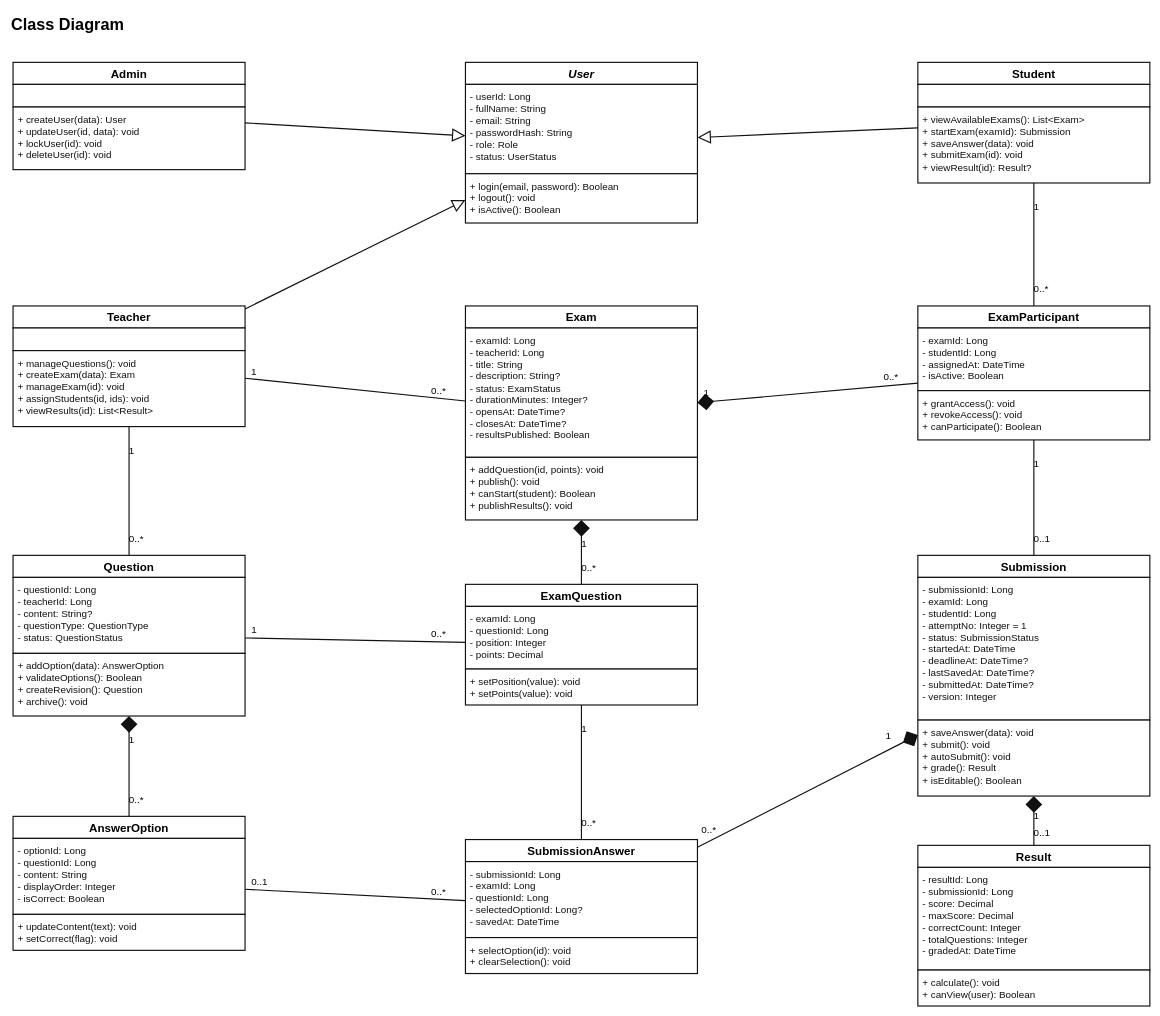
This is docs/ClassDiagram-Reviewed.drawio from lehaidang061107-maker/quiz-examination-system, a draw.io file, before an edit. Source tidied: cells renumbered, new cells numbered last; positions are measured from the earlier drawing's top-left corner, leaving out a move shared by most shapes. Both pictures are drawn from the tidied source at 58%, with x=0, y=0 at pixel (10, 10).
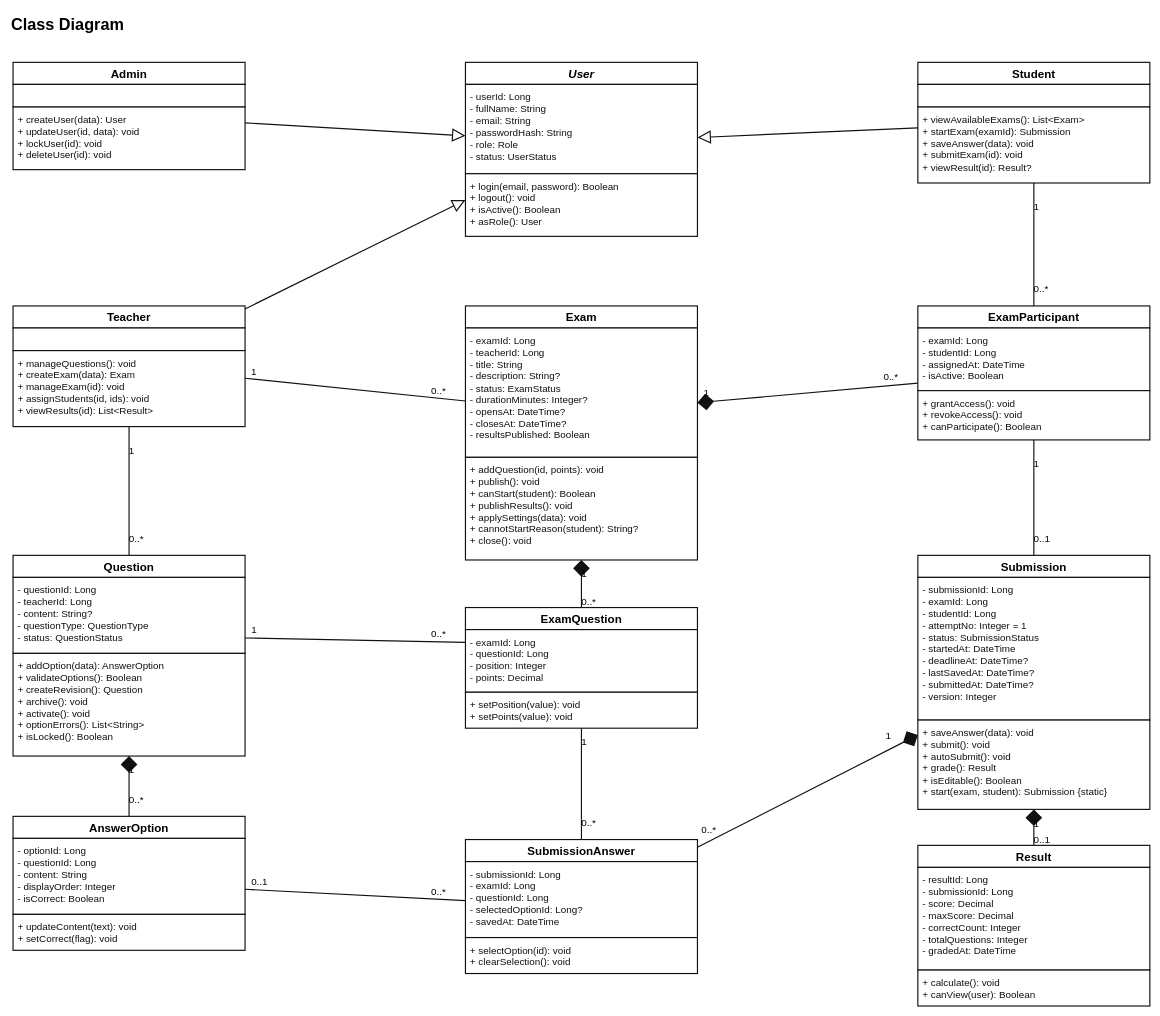
After the change.

Unchanged cells that the change refers to:
```xml
<mxCell id="3" style="group;" parent="1" vertex="1">
  <mxGeometry x="5" y="90" width="400" height="185" as="geometry" />
</mxCell>
<mxCell id="11" style="group;" parent="1" vertex="1">
  <mxGeometry x="1565" y="90" width="400" height="208" as="geometry" />
</mxCell>
<mxCell id="15" style="group;" parent="1" vertex="1">
  <mxGeometry x="5" y="510" width="400" height="208" as="geometry" />
</mxCell>
<mxCell id="23" style="group;" parent="1" vertex="1">
  <mxGeometry x="1565" y="510" width="400" height="231" as="geometry" />
</mxCell>
<mxCell id="43" style="group;" parent="1" vertex="1">
  <mxGeometry x="785" y="1430" width="400" height="231" as="geometry" />
</mxCell>
```

Diff of the diagram source:
```diff
@@
     <mxCell id="7" style="group;" parent="1" vertex="1">
-      <mxGeometry x="785" y="90" width="400" height="277" as="geometry" />
+      <mxGeometry x="785" y="90" width="400" height="300" as="geometry" />
     </mxCell>
@@
-    <mxCell id="10" value="+ login(email, password): Boolean&#10;+ logout(): void&#10;+ isActive(): Boolean" style="rounded=0;whiteSpace=wrap;html=0;fillColor=#ffffff;strokeColor=#111111;strokeWidth=2;fontFamily=Arial;fontColor=#111111;fontSize=17;align=left;verticalAlign=top;spacing=8;" parent="7" vertex="1">
-      <mxGeometry y="192" width="400" height="85" as="geometry" />
+    <mxCell id="10" value="+ login(email, password): Boolean&#10;+ logout(): void&#10;+ isActive(): Boolean&#10;+ asRole(): User" style="rounded=0;whiteSpace=wrap;html=0;fillColor=#ffffff;strokeColor=#111111;strokeWidth=2;fontFamily=Arial;fontColor=#111111;fontSize=17;align=left;verticalAlign=top;spacing=8;" parent="7" vertex="1">
+      <mxGeometry y="192" width="400" height="108" as="geometry" />
     </mxCell>
@@
     <mxCell id="19" style="group;" parent="1" vertex="1">
-      <mxGeometry x="785" y="510" width="400" height="369" as="geometry" />
+      <mxGeometry x="785" y="510" width="400" height="438" as="geometry" />
     </mxCell>
@@
-    <mxCell id="22" value="+ addQuestion(id, points): void&#10;+ publish(): void&#10;+ canStart(student): Boolean&#10;+ publishResults(): void" style="rounded=0;whiteSpace=wrap;html=0;fillColor=#ffffff;strokeColor=#111111;strokeWidth=2;fontFamily=Arial;fontColor=#111111;fontSize=17;align=left;verticalAlign=top;spacing=8;" parent="19" vertex="1">
-      <mxGeometry y="261" width="400" height="108" as="geometry" />
+    <mxCell id="22" value="+ addQuestion(id, points): void&#10;+ publish(): void&#10;+ canStart(student): Boolean&#10;+ publishResults(): void&#10;+ applySettings(data): void&#10;+ cannotStartReason(student): String?&#10;+ close(): void" style="rounded=0;whiteSpace=wrap;html=0;fillColor=#ffffff;strokeColor=#111111;strokeWidth=2;fontFamily=Arial;fontColor=#111111;fontSize=17;align=left;verticalAlign=top;spacing=8;" parent="19" vertex="1">
+      <mxGeometry y="261" width="400" height="177" as="geometry" />
     </mxCell>
@@
     <mxCell id="27" style="group;" parent="1" vertex="1">
-      <mxGeometry x="5" y="940" width="400" height="277" as="geometry" />
+      <mxGeometry x="5" y="940" width="400" height="346" as="geometry" />
     </mxCell>
@@
-    <mxCell id="30" value="+ addOption(data): AnswerOption&#10;+ validateOptions(): Boolean&#10;+ createRevision(): Question&#10;+ archive(): void" style="rounded=0;whiteSpace=wrap;html=0;fillColor=#ffffff;strokeColor=#111111;strokeWidth=2;fontFamily=Arial;fontColor=#111111;fontSize=17;align=left;verticalAlign=top;spacing=8;" parent="27" vertex="1">
-      <mxGeometry y="169" width="400" height="108" as="geometry" />
+    <mxCell id="30" value="+ addOption(data): AnswerOption&#10;+ validateOptions(): Boolean&#10;+ createRevision(): Question&#10;+ archive(): void&#10;+ activate(): void&#10;+ optionErrors(): List&lt;String&gt;&#10;+ isLocked(): Boolean" style="rounded=0;whiteSpace=wrap;html=0;fillColor=#ffffff;strokeColor=#111111;strokeWidth=2;fontFamily=Arial;fontColor=#111111;fontSize=17;align=left;verticalAlign=top;spacing=8;" parent="27" vertex="1">
+      <mxGeometry y="169" width="400" height="177" as="geometry" />
     </mxCell>
     <mxCell id="31" style="group;" parent="1" vertex="1">
-      <mxGeometry x="785" y="990" width="400" height="208" as="geometry" />
+      <mxGeometry x="785" y="1030" width="400" height="208" as="geometry" />
     </mxCell>
@@
     <mxCell id="35" style="group;" parent="1" vertex="1">
-      <mxGeometry x="1565" y="940" width="400" height="415" as="geometry" />
+      <mxGeometry x="1565" y="940" width="400" height="438" as="geometry" />
     </mxCell>
@@
-    <mxCell id="38" value="+ saveAnswer(data): void&#10;+ submit(): void&#10;+ autoSubmit(): void&#10;+ grade(): Result&#10;+ isEditable(): Boolean" style="rounded=0;whiteSpace=wrap;html=0;fillColor=#ffffff;strokeColor=#111111;strokeWidth=2;fontFamily=Arial;fontColor=#111111;fontSize=17;align=left;verticalAlign=top;spacing=8;" parent="35" vertex="1">
-      <mxGeometry y="284" width="400" height="131" as="geometry" />
+    <mxCell id="38" value="+ saveAnswer(data): void&#10;+ submit(): void&#10;+ autoSubmit(): void&#10;+ grade(): Result&#10;+ isEditable(): Boolean&#10;+ start(exam, student): Submission {static}" style="rounded=0;whiteSpace=wrap;html=0;fillColor=#ffffff;strokeColor=#111111;strokeWidth=2;fontFamily=Arial;fontColor=#111111;fontSize=17;align=left;verticalAlign=top;spacing=8;" parent="35" vertex="1">
+      <mxGeometry y="284" width="400" height="154" as="geometry" />
     </mxCell>
@@
-    <mxCell id="51" style="noEdgeStyle=1;edgeStyle=none;orthogonal=0;rounded=0;curved=0;jumpStyle=none;strokeColor=#111111;strokeWidth=2;startArrow=none;endArrow=none;exitX=1.0;exitY=0.5637560637560638;exitPerimeter=0;entryX=0.0;entryY=0.45741923539757473;entryPerimeter=0;endArrow=block;endFill=0;endSize=18;" parent="1" edge="1" source="3" target="7">
+    <mxCell id="51" style="noEdgeStyle=1;edgeStyle=none;orthogonal=0;rounded=0;curved=0;jumpStyle=none;strokeColor=#111111;strokeWidth=2;startArrow=none;endArrow=none;exitX=1.0;exitY=0.5637560637560638;exitPerimeter=0;entryX=0.0;entryY=0.422350;entryPerimeter=0;endArrow=block;endFill=0;endSize=18;" parent="1" edge="1" source="3" target="7">
       <mxGeometry relative="1" as="geometry" />
     </mxCell>
-    <mxCell id="52" style="noEdgeStyle=1;edgeStyle=none;orthogonal=0;rounded=0;curved=0;jumpStyle=none;strokeColor=#111111;strokeWidth=2;startArrow=none;endArrow=none;exitX=1.0;exitY=0.024778106508875908;exitPerimeter=0;entryX=0.0;entryY=0.8568453207442376;entryPerimeter=0;endArrow=block;endFill=0;endSize=18;" parent="1" edge="1" source="15" target="7">
+    <mxCell id="52" style="noEdgeStyle=1;edgeStyle=none;orthogonal=0;rounded=0;curved=0;jumpStyle=none;strokeColor=#111111;strokeWidth=2;startArrow=none;endArrow=none;exitX=1.0;exitY=0.024778106508875908;exitPerimeter=0;entryX=0.0;entryY=0.791154;entryPerimeter=0;endArrow=block;endFill=0;endSize=18;" parent="1" edge="1" source="15" target="7">
       <mxGeometry relative="1" as="geometry" />
     </mxCell>
-    <mxCell id="53" style="noEdgeStyle=1;edgeStyle=none;orthogonal=0;rounded=0;curved=0;jumpStyle=none;strokeColor=#111111;strokeWidth=2;startArrow=none;endArrow=none;exitX=0.0;exitY=0.5425295857988165;exitPerimeter=0;entryX=1.0;entryY=0.4680644265481811;entryPerimeter=0;endArrow=block;endFill=0;endSize=18;" parent="1" edge="1" source="11" target="7">
+    <mxCell id="53" style="noEdgeStyle=1;edgeStyle=none;orthogonal=0;rounded=0;curved=0;jumpStyle=none;strokeColor=#111111;strokeWidth=2;startArrow=none;endArrow=none;exitX=0.0;exitY=0.5425295857988165;exitPerimeter=0;entryX=1.0;entryY=0.432179;entryPerimeter=0;endArrow=block;endFill=0;endSize=18;" parent="1" edge="1" source="11" target="7">
       <mxGeometry relative="1" as="geometry" />
     </mxCell>
@@
-    <mxCell id="55" style="noEdgeStyle=1;edgeStyle=none;orthogonal=0;rounded=0;curved=0;jumpStyle=none;strokeColor=#111111;strokeWidth=2;startArrow=none;endArrow=none;exitX=1.0;exitY=0.5992357001972386;exitPerimeter=0;entryX=0.0;entryY=0.4440622611354319;entryPerimeter=0;" parent="1" edge="1" source="15" target="19">
+    <mxCell id="55" style="noEdgeStyle=1;edgeStyle=none;orthogonal=0;rounded=0;curved=0;jumpStyle=none;strokeColor=#111111;strokeWidth=2;startArrow=none;endArrow=none;exitX=1.0;exitY=0.5992357001972386;exitPerimeter=0;entryX=0.0;entryY=0.374107;entryPerimeter=0;" parent="1" edge="1" source="15" target="19">
       <mxGeometry relative="1" as="geometry" />
     </mxCell>
@@
-    <mxCell id="57" style="noEdgeStyle=1;edgeStyle=none;orthogonal=0;rounded=0;curved=0;jumpStyle=none;strokeColor=#111111;strokeWidth=2;startArrow=none;endArrow=none;exitX=1.0;exitY=0.5143478663334256;exitPerimeter=0;entryX=0.0;entryY=0.48089250493096686;entryPerimeter=0;" parent="1" edge="1" source="27" target="31">
+    <mxCell id="57" style="noEdgeStyle=1;edgeStyle=none;orthogonal=0;rounded=0;curved=0;jumpStyle=none;strokeColor=#111111;strokeWidth=2;startArrow=none;endArrow=none;exitX=1.0;exitY=0.411776;exitPerimeter=0;entryX=0.0;entryY=0.288585;entryPerimeter=0;" parent="1" edge="1" source="27" target="31">
       <mxGeometry relative="1" as="geometry" />
     </mxCell>
@@
-    <mxCell id="61" style="noEdgeStyle=1;edgeStyle=none;orthogonal=0;rounded=0;curved=0;jumpStyle=none;strokeColor=#111111;strokeWidth=2;startArrow=none;endArrow=none;exitX=1.0;exitY=0.4520533666875129;exitPerimeter=0;entryX=0.0;entryY=0.5765900765900768;entryPerimeter=0;startArrow=diamond;startFill=1;startSize=24;" parent="1" edge="1" source="19" target="23">
+    <mxCell id="61" style="noEdgeStyle=1;edgeStyle=none;orthogonal=0;rounded=0;curved=0;jumpStyle=none;strokeColor=#111111;strokeWidth=2;startArrow=none;endArrow=none;exitX=1.0;exitY=0.380839;exitPerimeter=0;entryX=0.0;entryY=0.5765900765900768;entryPerimeter=0;startArrow=diamond;startFill=1;startSize=24;" parent="1" edge="1" source="19" target="23">
       <mxGeometry relative="1" as="geometry" />
     </mxCell>
-    <mxCell id="62" style="noEdgeStyle=1;edgeStyle=none;orthogonal=0;rounded=0;curved=0;jumpStyle=none;strokeColor=#111111;strokeWidth=2;startArrow=none;endArrow=none;exitX=0.0;exitY=0.7459067037380289;exitPerimeter=0;entryX=1.0;entryY=0.058219558219558494;entryPerimeter=0;startArrow=diamond;startFill=1;startSize=24;" parent="1" edge="1" source="35" target="43">
+    <mxCell id="62" style="noEdgeStyle=1;edgeStyle=none;orthogonal=0;rounded=0;curved=0;jumpStyle=none;strokeColor=#111111;strokeWidth=2;startArrow=none;endArrow=none;exitX=0.0;exitY=0.706738;exitPerimeter=0;entryX=1.0;entryY=0.058219558219558494;entryPerimeter=0;startArrow=diamond;startFill=1;startSize=24;" parent="1" edge="1" source="35" target="43">
       <mxGeometry relative="1" as="geometry" />
     </mxCell>
@@
     <mxCell id="74" value="1" style="text;html=0;strokeColor=none;fillColor=none;fontFamily=Arial;fontSize=17;align=left;verticalAlign=top;spacing=5;" parent="1" vertex="1">
-      <mxGeometry x="980" y="1219" width="60" height="28" as="geometry" />
+      <mxGeometry x="980" y="1242" width="60" height="28" as="geometry" />
     </mxCell>
@@
     <mxCell id="76" value="1" style="text;html=0;strokeColor=none;fillColor=none;fontFamily=Arial;fontSize=17;align=left;verticalAlign=top;spacing=5;" parent="1" vertex="1">
-      <mxGeometry x="200" y="1238" width="60" height="28" as="geometry" />
+      <mxGeometry x="200" y="1290" width="60" height="28" as="geometry" />
     </mxCell>
@@
     <mxCell id="78" value="1" style="text;html=0;strokeColor=none;fillColor=none;fontFamily=Arial;fontSize=17;align=left;verticalAlign=top;spacing=5;" parent="1" vertex="1">
-      <mxGeometry x="980" y="900" width="60" height="28" as="geometry" />
+      <mxGeometry x="980" y="952" width="60" height="28" as="geometry" />
     </mxCell>
     <mxCell id="79" value="0..*" style="text;html=0;strokeColor=none;fillColor=none;fontFamily=Arial;fontSize=17;align=left;verticalAlign=top;spacing=5;" parent="1" vertex="1">
-      <mxGeometry x="980" y="941" width="60" height="28" as="geometry" />
+      <mxGeometry x="980" y="1000" width="60" height="28" as="geometry" />
     </mxCell>
@@
     <mxCell id="84" value="1" style="text;html=0;strokeColor=none;fillColor=none;fontFamily=Arial;fontSize=17;align=left;verticalAlign=top;spacing=5;" parent="1" vertex="1">
-      <mxGeometry x="1760" y="1369.3" width="60" height="28" as="geometry" />
+      <mxGeometry x="1760" y="1382" width="60" height="28" as="geometry" />
     </mxCell>
     <mxCell id="85" value="0..1" style="text;html=0;strokeColor=none;fillColor=none;fontFamily=Arial;fontSize=17;align=left;verticalAlign=top;spacing=5;" parent="1" vertex="1">
-      <mxGeometry x="1760" y="1397.7" width="60" height="28" as="geometry" />
+      <mxGeometry x="1760" y="1410" width="60" height="28" as="geometry" />
     </mxCell>
```
